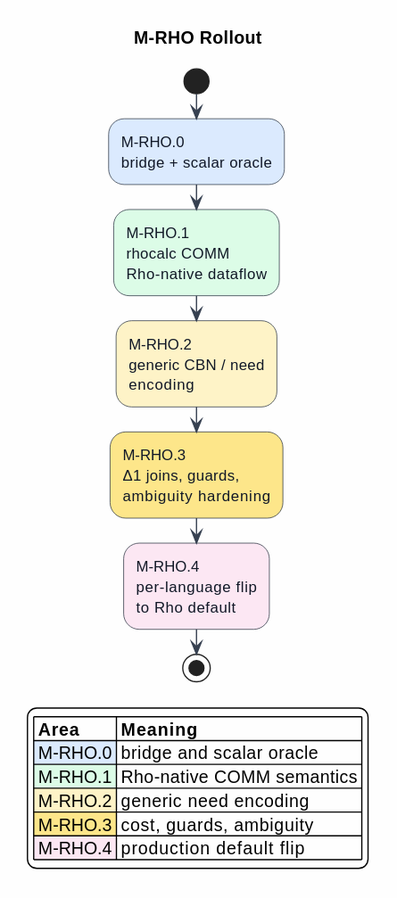
Before: docs/architecture/rho-native-integration/figures/07-verification-and-rollout.svg, a diagram exported from PlantUML (F1R3FLY-io/mettail-rust).
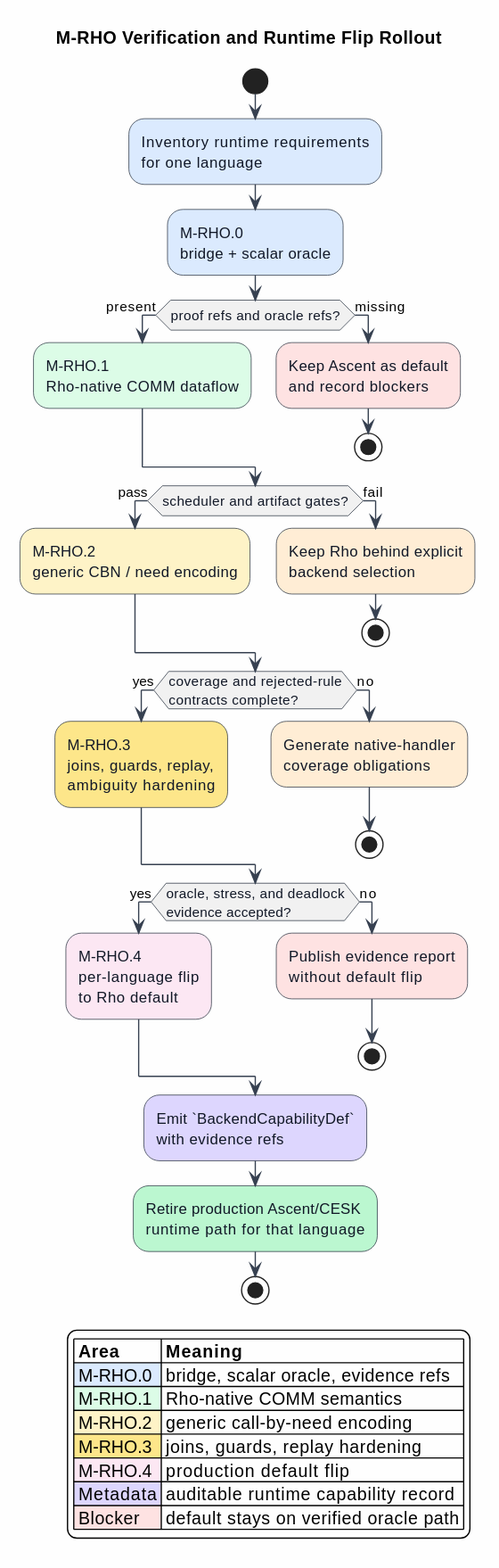
After the change.

Change to the diagram source:
```diff
@@ -1,5 +1,5 @@
 @startuml
-title M-RHO Rollout
+title M-RHO Verification and Runtime Flip Rollout
 
 skinparam backgroundColor #FEFEFE
 skinparam shadowing false
@@ -10,19 +10,44 @@
 }
 
 start
+:Inventory runtime requirements\nfor one language; <<#DBEAFE>>
 :M-RHO.0\nbridge + scalar oracle; <<#DBEAFE>>
-:M-RHO.1\nrhocalc COMM\nRho-native dataflow; <<#DCFCE7>>
-:M-RHO.2\ngeneric CBN / need\nencoding; <<#FEF3C7>>
-:M-RHO.3\nΔ1 joins, guards,\nambiguity hardening; <<#FDE68A>>
-:M-RHO.4\nper-language flip\nto Rho default; <<#FCE7F3>>
+if (proof refs and oracle refs?) then (present)
+  :M-RHO.1\nRho-native COMM dataflow; <<#DCFCE7>>
+else (missing)
+  :Keep Ascent as default\nand record blockers; <<#FEE2E2>>
+  stop
+endif
+if (scheduler and artifact gates?) then (pass)
+  :M-RHO.2\ngeneric CBN / need encoding; <<#FEF3C7>>
+else (fail)
+  :Keep Rho behind explicit\nbackend selection; <<#FFEDD5>>
+  stop
+endif
+if (coverage and rejected-rule\ncontracts complete?) then (yes)
+  :M-RHO.3\njoins, guards, replay,\nambiguity hardening; <<#FDE68A>>
+else (no)
+  :Generate native-handler\ncoverage obligations; <<#FFEDD5>>
+  stop
+endif
+if (oracle, stress, and deadlock\nevidence accepted?) then (yes)
+  :M-RHO.4\nper-language flip\nto Rho default; <<#FCE7F3>>
+else (no)
+  :Publish evidence report\nwithout default flip; <<#FEE2E2>>
+  stop
+endif
+:Emit `BackendCapabilityDef`\nwith evidence refs; <<#DDD6FE>>
+:Retire production Ascent/CESK\nruntime path for that language; <<#BBF7D0>>
 stop
 
 legend right
 |= Area |= Meaning |
-|<#DBEAFE> M-RHO.0 | bridge and scalar oracle |
+|<#DBEAFE> M-RHO.0 | bridge, scalar oracle, evidence refs |
 |<#DCFCE7> M-RHO.1 | Rho-native COMM semantics |
-|<#FEF3C7> M-RHO.2 | generic need encoding |
-|<#FDE68A> M-RHO.3 | cost, guards, ambiguity |
+|<#FEF3C7> M-RHO.2 | generic call-by-need encoding |
+|<#FDE68A> M-RHO.3 | joins, guards, replay hardening |
 |<#FCE7F3> M-RHO.4 | production default flip |
+|<#DDD6FE> Metadata | auditable runtime capability record |
+|<#FEE2E2> Blocker | default stays on verified oracle path |
 endlegend
 @enduml
```
